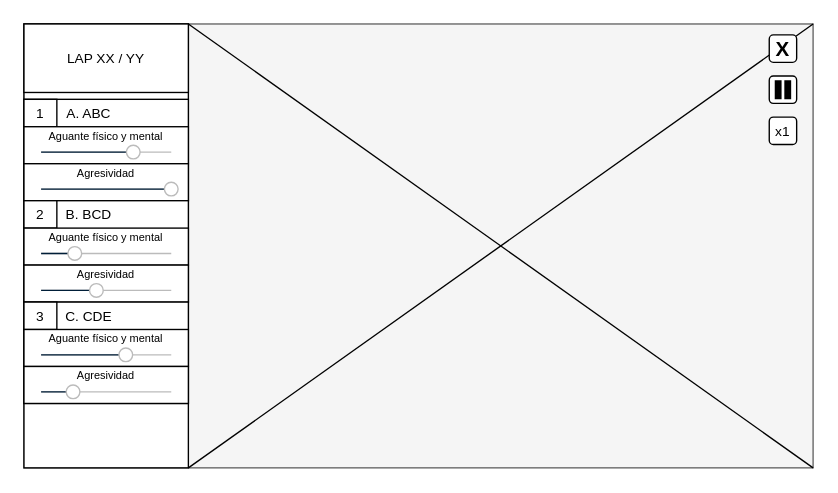
Before: page "UI-During-Race-Final" (5 of 17) of diagramas/grafo-sistema.drawio in amt911/TFG-Documento, a draw.io diagram. Source tidied: cells renumbered, new cells numbered last; positions are measured from the earlier drawing's top-left corner, leaving out a move shared by most shapes. Both pictures are drawn from the tidied source at 137%, with x=0, y=0 at pixel (23, 23).
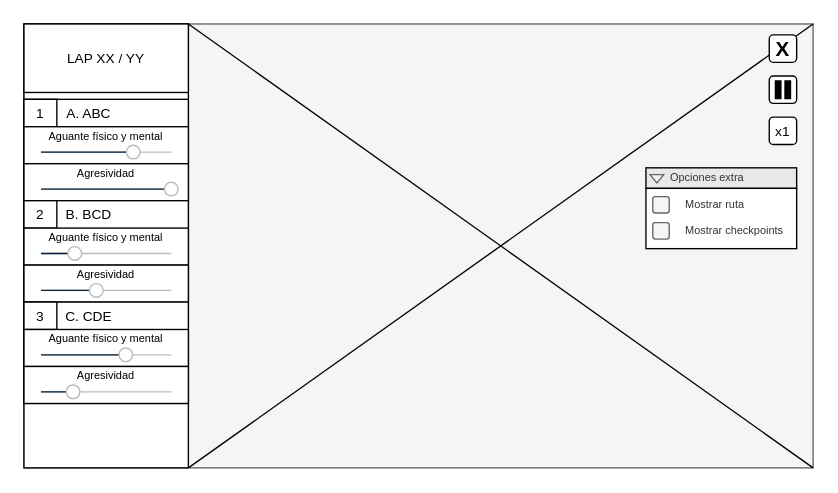
After the change.

Diff of the diagram source:
```diff
@@
+    <mxCell id="32" value="&lt;font style=&quot;font-size: 8px;&quot;&gt;Opciones extra&lt;br&gt;&lt;/font&gt;" style="rounded=0;whiteSpace=wrap;html=1;strokeColor=default;fillColor=#E8E8E8;align=left;spacingLeft=18;spacingRight=0;spacing=0;spacingTop=0;spacingBottom=3;fontColor=#333333;" parent="1" vertex="1">
+      <mxGeometry x="454" y="105" width="110" height="15" as="geometry" />
+    </mxCell>
+    <mxCell id="33" style="triangle;whiteSpace=wrap;html=1;strokeColor=#666666;fontSize=10;fillColor=#f5f5f5;rotation=90;fontColor=#333333;direction=east;" parent="1" vertex="1">
+      <mxGeometry x="459" y="108" width="6" height="10" as="geometry" />
+    </mxCell>
+    <mxCell id="34" style="rounded=0;whiteSpace=wrap;html=1;" parent="1" vertex="1">
+      <mxGeometry x="454" y="120" width="110" height="44" as="geometry" />
+    </mxCell>
+    <mxCell id="35" value="&lt;span style=&quot;font-size: 8px;&quot;&gt;Mostrar ruta&lt;/span&gt;" style="rounded=1;fillColor=#f5f5f5;strokeColor=#666666;align=left;verticalAlign=middle;fontStyle=0;fontSize=10;labelPosition=right;verticalLabelPosition=middle;spacingLeft=10;html=1;shadow=0;dashed=0;fontColor=#333333;spacingBottom=2;" parent="1" vertex="1">
+      <mxGeometry x="459" y="126" width="12" height="12" as="geometry" />
+    </mxCell>
+    <mxCell id="36" value="&lt;span style=&quot;font-size: 8px;&quot;&gt;Mostrar checkpoints&lt;/span&gt;" style="rounded=1;fillColor=#f5f5f5;strokeColor=#666666;align=left;verticalAlign=middle;fontStyle=0;fontSize=10;labelPosition=right;verticalLabelPosition=middle;spacingLeft=10;html=1;shadow=0;dashed=0;fontColor=#333333;spacingTop=0;spacingBottom=2;" parent="1" vertex="1">
+      <mxGeometry x="459" y="145" width="12" height="12" as="geometry" />
+    </mxCell>
```
